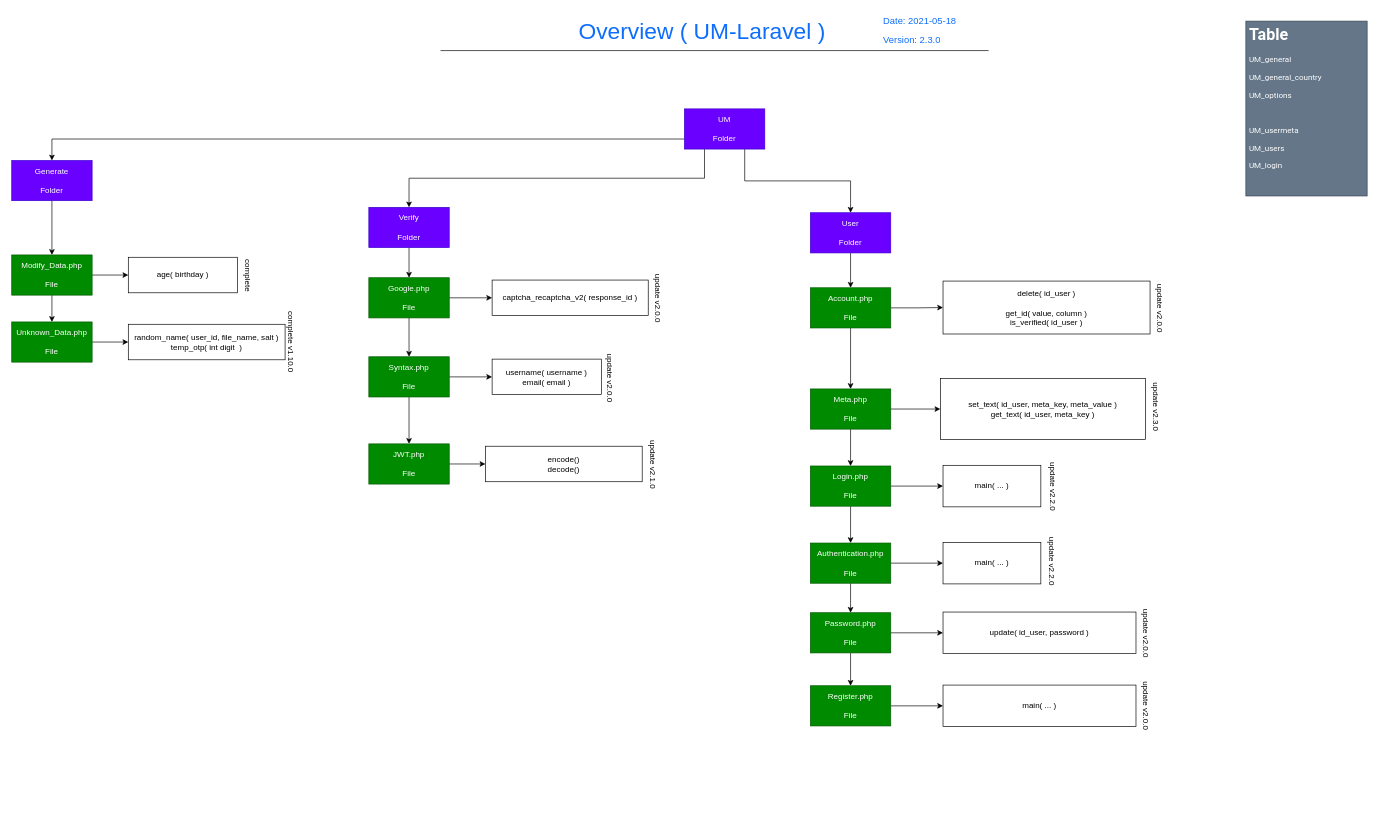
The draw.io diagram Docs/main.drawio in imithu/UM, before the edit. Source tidied: cells renumbered, new cells numbered last; positions are measured from the earlier drawing's top-left corner, leaving out a move shared by most shapes. Both pictures are drawn from the tidied source at 67%, with x=0, y=0 at pixel (11, 11).
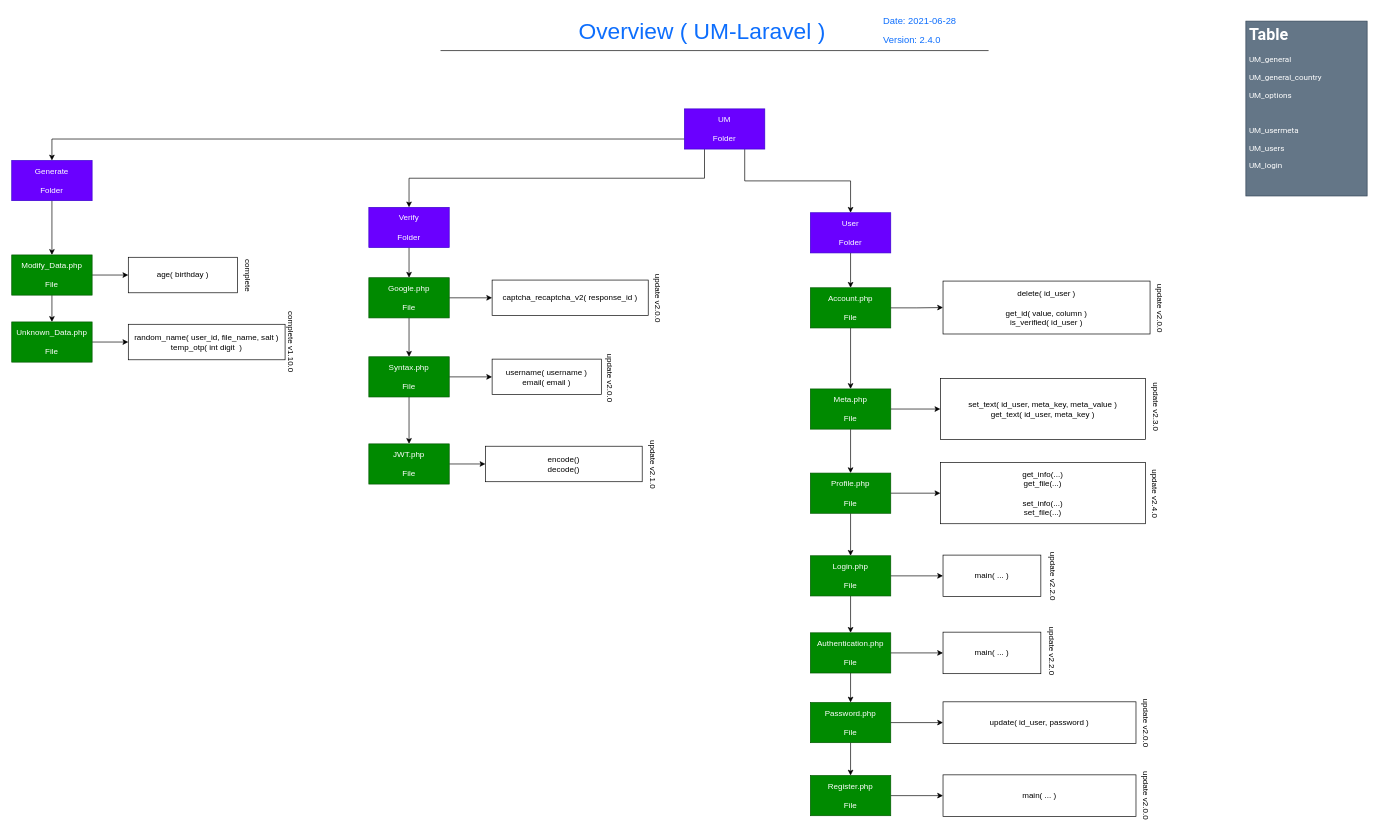
After the change.

Unchanged cells that the change refers to:
```xml
<mxCell id="2" style="group;fontSize=34;" parent="1" vertex="1">
  <mxGeometry x="640" width="818" height="58" as="geometry" />
</mxCell>
<mxCell id="67" value="Meta.php&lt;br&gt;&lt;br&gt;File" style="rounded=0;whiteSpace=wrap;html=1;fillColor=#008a00;strokeColor=#005700;fontColor=#ffffff;" parent="1" vertex="1">
  <mxGeometry x="1192" y="563" width="120" height="60" as="geometry" />
</mxCell>
```

What changed in the source:
```diff
@@
-    <mxCell id="4" value="Date: 2021-05-18" style="text;html=1;strokeColor=none;fillColor=none;align=left;verticalAlign=middle;whiteSpace=wrap;labelBackgroundColor=none;fontSize=14;fontColor=#0d6efd;" parent="2" vertex="1">
+    <mxCell id="4" value="Date: 2021-06-28" style="text;html=1;strokeColor=none;fillColor=none;align=left;verticalAlign=middle;whiteSpace=wrap;labelBackgroundColor=none;fontSize=14;fontColor=#0d6efd;" parent="2" vertex="1">
       <mxGeometry x="659" y="1" width="147" height="25" as="geometry" />
     </mxCell>
@@
-    <mxCell id="6" value="Version: 2.3.0" style="text;html=1;strokeColor=none;fillColor=none;align=left;verticalAlign=middle;whiteSpace=wrap;labelBackgroundColor=none;fontSize=14;fontColor=#0d6efd;" parent="2" vertex="1">
+    <mxCell id="6" value="Version: 2.4.0" style="text;html=1;strokeColor=none;fillColor=none;align=left;verticalAlign=middle;whiteSpace=wrap;labelBackgroundColor=none;fontSize=14;fontColor=#0d6efd;" parent="2" vertex="1">
       <mxGeometry x="659" y="32" width="132" height="20" as="geometry" />
     </mxCell>
@@
     <mxCell id="19" value="Login.php&lt;br&gt;&lt;br&gt;File" style="rounded=0;whiteSpace=wrap;html=1;fillColor=#008a00;strokeColor=#005700;fontColor=#ffffff;" parent="1" vertex="1">
-      <mxGeometry x="1192" y="678" width="120" height="60" as="geometry" />
+      <mxGeometry x="1192" y="812" width="120" height="60" as="geometry" />
     </mxCell>
     <mxCell id="20" value="main( ... )" style="rounded=0;whiteSpace=wrap;html=1;" parent="1" vertex="1">
-      <mxGeometry x="1390" y="677" width="146" height="62" as="geometry" />
+      <mxGeometry x="1390" y="811" width="146" height="62" as="geometry" />
     </mxCell>
@@
     <mxCell id="23" value="Password.php&lt;br&gt;&lt;br&gt;File" style="rounded=0;whiteSpace=wrap;html=1;fillColor=#008a00;strokeColor=#005700;fontColor=#ffffff;" parent="1" vertex="1">
-      <mxGeometry x="1192" y="897" width="120" height="60" as="geometry" />
+      <mxGeometry x="1192" y="1031" width="120" height="60" as="geometry" />
     </mxCell>
     <mxCell id="24" value="update( id_user, password )" style="rounded=0;whiteSpace=wrap;html=1;" parent="1" vertex="1">
-      <mxGeometry x="1390" y="896" width="288" height="62" as="geometry" />
+      <mxGeometry x="1390" y="1030" width="288" height="62" as="geometry" />
     </mxCell>
@@
     <mxCell id="26" value="Register.php&lt;br&gt;&lt;br&gt;File" style="rounded=0;whiteSpace=wrap;html=1;fillColor=#008a00;strokeColor=#005700;fontColor=#ffffff;" parent="1" vertex="1">
-      <mxGeometry x="1192" y="1006" width="120" height="60" as="geometry" />
+      <mxGeometry x="1192" y="1140" width="120" height="60" as="geometry" />
     </mxCell>
     <mxCell id="27" value="main( ... )" style="rounded=0;whiteSpace=wrap;html=1;" parent="1" vertex="1">
-      <mxGeometry x="1390" y="1005" width="288" height="62" as="geometry" />
+      <mxGeometry x="1390" y="1139" width="288" height="62" as="geometry" />
     </mxCell>
@@
     <mxCell id="49" value="Authentication.php&lt;br&gt;&lt;br&gt;File" style="rounded=0;whiteSpace=wrap;html=1;fillColor=#008a00;strokeColor=#005700;fontColor=#ffffff;" parent="1" vertex="1">
-      <mxGeometry x="1192" y="793" width="120" height="60" as="geometry" />
+      <mxGeometry x="1192" y="927" width="120" height="60" as="geometry" />
     </mxCell>
     <mxCell id="50" value="main( ... )" style="rounded=0;whiteSpace=wrap;html=1;" parent="1" vertex="1">
-      <mxGeometry x="1390" y="792" width="146" height="62" as="geometry" />
+      <mxGeometry x="1390" y="926" width="146" height="62" as="geometry" />
     </mxCell>
     <mxCell id="51" value="update v2.2.0" style="text;html=1;align=center;verticalAlign=middle;rotation=90;" parent="1" vertex="1">
-      <mxGeometry x="1513" y="699" width="83" height="18" as="geometry" />
+      <mxGeometry x="1513" y="833" width="83" height="18" as="geometry" />
     </mxCell>
     <mxCell id="52" value="update v2.2.0" style="text;html=1;align=center;verticalAlign=middle;rotation=90;" parent="1" vertex="1">
-      <mxGeometry x="1511" y="810.5" width="83" height="18" as="geometry" />
+      <mxGeometry x="1511" y="944.5" width="83" height="18" as="geometry" />
     </mxCell>
     <mxCell id="53" value="update v2.0.0" style="text;html=1;align=center;verticalAlign=middle;rotation=90;" parent="1" vertex="1">
-      <mxGeometry x="1652" y="918" width="83" height="18" as="geometry" />
+      <mxGeometry x="1652" y="1052" width="83" height="18" as="geometry" />
     </mxCell>
     <mxCell id="54" value="update v2.0.0" style="text;html=1;align=center;verticalAlign=middle;rotation=90;" parent="1" vertex="1">
-      <mxGeometry x="1652" y="1026" width="83" height="18" as="geometry" />
+      <mxGeometry x="1652" y="1160" width="83" height="18" as="geometry" />
     </mxCell>
@@
-    <mxCell id="66" style="edgeStyle=orthogonalEdgeStyle;rounded=0;jettySize=auto;html=1;exitX=0.5;exitY=1;exitDx=0;exitDy=0;" parent="1" edge="1" source="67" target="19">
-      <mxGeometry relative="1" as="geometry" />
-    </mxCell>
+    <mxCell id="70" style="edgeStyle=orthogonalEdgeStyle;rounded=0;jettySize=auto;html=1;exitX=0.5;exitY=1;exitDx=0;exitDy=0;" parent="1" edge="1" source="67" target="73">
+      <mxGeometry relative="1" as="geometry" />
+    </mxCell>
@@
+    <mxCell id="71" style="edgeStyle=orthogonalEdgeStyle;rounded=0;jettySize=auto;html=1;exitX=1;exitY=0.5;exitDx=0;exitDy=0;" parent="1" edge="1" source="73" target="74">
+      <mxGeometry relative="1" as="geometry" />
+    </mxCell>
+    <mxCell id="72" style="edgeStyle=orthogonalEdgeStyle;rounded=0;jettySize=auto;html=1;exitX=0.5;exitY=1;exitDx=0;exitDy=0;" parent="1" edge="1" source="73" target="19">
+      <mxGeometry relative="1" as="geometry" />
+    </mxCell>
+    <mxCell id="73" value="Profile.php&lt;br&gt;&lt;br&gt;File" style="rounded=0;whiteSpace=wrap;html=1;fillColor=#008a00;strokeColor=#005700;fontColor=#ffffff;" parent="1" vertex="1">
+      <mxGeometry x="1192" y="688.6" width="120" height="60" as="geometry" />
+    </mxCell>
+    <mxCell id="74" value="get_info(...)&lt;br&gt;get_file(...)&lt;br&gt;&lt;br&gt;set_info(...)&lt;br&gt;set_file(...)" style="rounded=0;whiteSpace=wrap;html=1;" parent="1" vertex="1">
+      <mxGeometry x="1386" y="673" width="306" height="91.2" as="geometry" />
+    </mxCell>
+    <mxCell id="75" value="update v2.4.0" style="text;html=1;align=center;verticalAlign=middle;rotation=90;" parent="1" vertex="1">
+      <mxGeometry x="1666" y="709.6" width="83" height="18" as="geometry" />
+    </mxCell>
```
